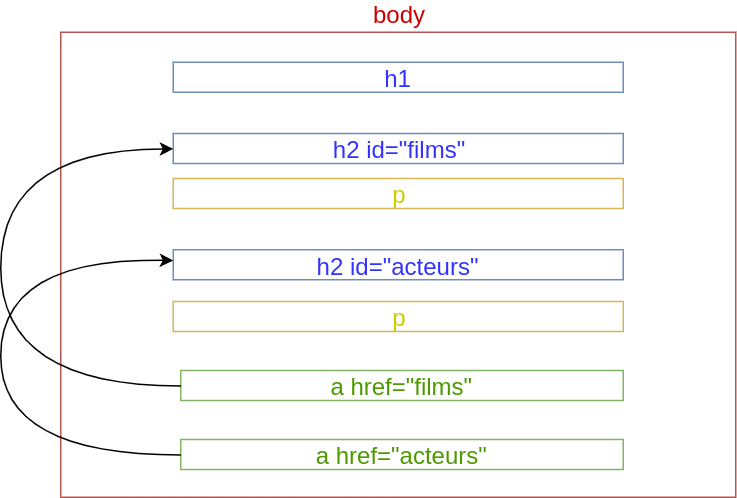
raaaahman/web-development-lessons keeps this draw.io diagram as assets/images/anchors.png. Above is the earlier version. Source tidied: cells renumbered, new cells last; positions are measured from the earlier drawing's top-left corner, leaving out a move shared by most shapes.
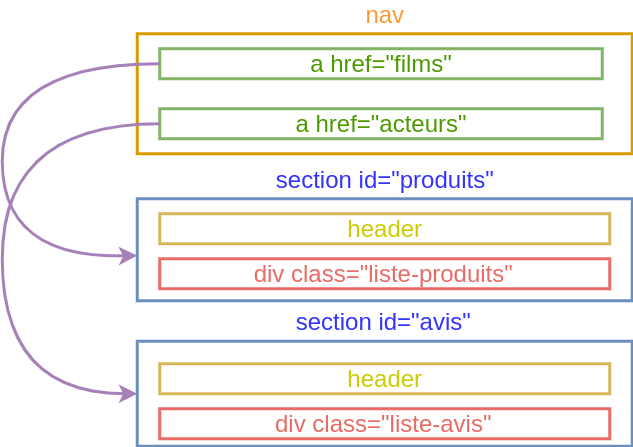
The same file after the commit.

The edit, as a diff of the source:
```diff
@@ -2,45 +2,48 @@
   <root>
     <mxCell id="0" />
     <mxCell id="1" parent="0" />
-    <mxCell id="2" value="body" style="rounded=0;whiteSpace=wrap;html=1;fontSize=16;labelPosition=center;verticalLabelPosition=top;align=center;verticalAlign=bottom;fillColor=none;strokeColor=#b85450;fontColor=#CC0000;" parent="1" vertex="1">
-      <mxGeometry x="40" width="450" height="310" as="geometry" />
-    </mxCell>
+    <mxCell id="12" value="nav" style="rounded=0;whiteSpace=wrap;html=1;fillColor=none;fontSize=16;strokeColor=#d79b00;labelPosition=center;verticalLabelPosition=top;align=center;verticalAlign=bottom;fontColor=#FF9933;strokeWidth=2;" parent="1" vertex="1">
+      <mxGeometry x="100" y="-60" width="330" height="80" as="geometry" />
+    </mxCell>
-    <mxCell id="3" value="a href=&quot;films&quot;" style="rounded=0;whiteSpace=wrap;html=1;fillColor=none;fontSize=16;strokeColor=#82b366;fontColor=#4D9900;labelPosition=center;verticalLabelPosition=middle;align=center;verticalAlign=middle;" parent="1" vertex="1">
-      <mxGeometry x="120" y="225.5" width="295" height="20" as="geometry" />
+    <mxCell id="3" value="a href=&quot;films&quot;" style="rounded=0;whiteSpace=wrap;html=1;fillColor=none;fontSize=16;strokeColor=#82b366;fontColor=#4D9900;labelPosition=center;verticalLabelPosition=middle;align=center;verticalAlign=middle;strokeWidth=2;" parent="1" vertex="1">
+      <mxGeometry x="115" y="-50" width="295" height="20" as="geometry" />
     </mxCell>
-    <mxCell id="4" value="a href=&quot;acteurs&quot;" style="rounded=0;whiteSpace=wrap;html=1;fillColor=none;fontSize=16;strokeColor=#82b366;fontColor=#4D9900;labelPosition=center;verticalLabelPosition=middle;align=center;verticalAlign=middle;" parent="1" vertex="1">
-      <mxGeometry x="120" y="271.5" width="295" height="20" as="geometry" />
+    <mxCell id="4" value="a href=&quot;acteurs&quot;" style="rounded=0;whiteSpace=wrap;html=1;fillColor=none;fontSize=16;strokeColor=#82b366;fontColor=#4D9900;labelPosition=center;verticalLabelPosition=middle;align=center;verticalAlign=middle;strokeWidth=2;" parent="1" vertex="1">
+      <mxGeometry x="115" y="-10" width="295" height="20" as="geometry" />
     </mxCell>
-    <mxCell id="5" value="&lt;font color=&quot;#3333ff&quot;&gt;h1&lt;/font&gt;" style="rounded=0;whiteSpace=wrap;html=1;fontSize=16;labelPosition=center;verticalLabelPosition=middle;align=center;verticalAlign=middle;fillColor=none;strokeColor=#6c8ebf;fontColor=#000099;" parent="1" vertex="1">
-      <mxGeometry x="115" y="20" width="300" height="20" as="geometry" />
-    </mxCell>
-    <mxCell id="6" value="&lt;font color=&quot;#3333ff&quot;&gt;h2 id=&quot;films&quot;&lt;/font&gt;" style="rounded=0;whiteSpace=wrap;html=1;fontSize=16;labelPosition=center;verticalLabelPosition=middle;align=center;verticalAlign=middle;fillColor=none;strokeColor=#6c8ebf;fontColor=#000099;" parent="1" vertex="1">
-      <mxGeometry x="115" y="67.5" width="300" height="20" as="geometry" />
+    <mxCell id="6" value="&lt;font color=&quot;#3333ff&quot;&gt;section id=&quot;produits&quot;&lt;/font&gt;" style="rounded=0;whiteSpace=wrap;html=1;fontSize=16;labelPosition=center;verticalLabelPosition=top;align=center;verticalAlign=bottom;fillColor=none;strokeColor=#6c8ebf;fontColor=#000099;strokeWidth=2;" parent="1" vertex="1">
+      <mxGeometry x="100" y="50" width="330" height="68" as="geometry" />
     </mxCell>
-    <mxCell id="7" value="&lt;font&gt;p&lt;/font&gt;" style="rounded=0;whiteSpace=wrap;html=1;fontSize=16;labelPosition=center;verticalLabelPosition=middle;align=center;verticalAlign=middle;fillColor=none;strokeColor=#d6b656;fontColor=#CCCC00;" parent="1" vertex="1">
-      <mxGeometry x="115" y="97.5" width="300" height="20" as="geometry" />
+    <mxCell id="7" value="&lt;font&gt;header&lt;/font&gt;" style="rounded=0;whiteSpace=wrap;html=1;fontSize=16;labelPosition=center;verticalLabelPosition=middle;align=center;verticalAlign=middle;fillColor=none;strokeColor=#d6b656;fontColor=#CCCC00;strokeWidth=2;" parent="1" vertex="1">
+      <mxGeometry x="115" y="60" width="300" height="20" as="geometry" />
     </mxCell>
-    <mxCell id="8" value="&lt;font color=&quot;#3333ff&quot;&gt;h2 id=&quot;acteurs&quot;&lt;/font&gt;" style="rounded=0;whiteSpace=wrap;html=1;fontSize=16;labelPosition=center;verticalLabelPosition=middle;align=center;verticalAlign=middle;fillColor=none;strokeColor=#6c8ebf;fontColor=#000099;" parent="1" vertex="1">
-      <mxGeometry x="115" y="145" width="300" height="20" as="geometry" />
+    <mxCell id="8" value="&lt;font color=&quot;#3333ff&quot;&gt;section id=&quot;avis&quot;&lt;/font&gt;" style="rounded=0;whiteSpace=wrap;html=1;fontSize=16;labelPosition=center;verticalLabelPosition=top;align=center;verticalAlign=bottom;fillColor=none;strokeColor=#6c8ebf;fontColor=#000099;strokeWidth=2;" parent="1" vertex="1">
+      <mxGeometry x="100" y="145" width="330" height="70" as="geometry" />
     </mxCell>
-    <mxCell id="9" value="&lt;font&gt;p&lt;/font&gt;" style="rounded=0;whiteSpace=wrap;html=1;fontSize=16;labelPosition=center;verticalLabelPosition=middle;align=center;verticalAlign=middle;fillColor=none;strokeColor=#d6b656;fontColor=#CCCC00;" parent="1" vertex="1">
-      <mxGeometry x="115" y="179.5" width="300" height="20" as="geometry" />
+    <mxCell id="9" value="&lt;font&gt;header&lt;/font&gt;" style="rounded=0;whiteSpace=wrap;html=1;fontSize=16;labelPosition=center;verticalLabelPosition=middle;align=center;verticalAlign=middle;fillColor=none;strokeColor=#d6b656;fontColor=#CCCC00;strokeWidth=2;" parent="1" vertex="1">
+      <mxGeometry x="115" y="160" width="300" height="20" as="geometry" />
     </mxCell>
-    <mxCell id="10" style="curved=1;endArrow=classic;html=1;" parent="1" edge="1" source="3" target="6">
+    <mxCell id="10" style="curved=1;endArrow=classic;html=1;fontColor=#A680B8;strokeColor=#A680B8;strokeWidth=2;" parent="1" edge="1" source="3" target="6">
       <mxGeometry relative="1" as="geometry">
         <Array as="points">
-          <mxPoint y="236" />
-          <mxPoint y="78" />
+          <mxPoint x="10" y="-40" />
+          <mxPoint x="10" y="90" />
         </Array>
       </mxGeometry>
     </mxCell>
-    <mxCell id="11" style="curved=1;endArrow=classic;html=1;" parent="1" edge="1" source="4" target="8">
+    <mxCell id="11" style="curved=1;endArrow=classic;html=1;strokeColor=#A680B8;strokeWidth=2;" parent="1" edge="1" source="4" target="8">
       <mxGeometry relative="1" as="geometry">
         <Array as="points">
-          <mxPoint y="282" />
-          <mxPoint y="150" />
+          <mxPoint x="10" />
+          <mxPoint x="10" y="180" />
         </Array>
       </mxGeometry>
     </mxCell>
+    <mxCell id="13" value="&lt;font&gt;div class=&quot;liste-produits&quot;&lt;/font&gt;" style="rounded=0;whiteSpace=wrap;html=1;fontSize=16;labelPosition=center;verticalLabelPosition=middle;align=center;verticalAlign=middle;fillColor=none;strokeColor=#EA6B66;fontColor=#EA6B66;strokeWidth=2;" parent="1" vertex="1">
+      <mxGeometry x="115" y="90" width="300" height="20" as="geometry" />
+    </mxCell>
+    <mxCell id="14" value="&lt;font&gt;div class=&quot;liste-avis&quot;&lt;/font&gt;" style="rounded=0;whiteSpace=wrap;html=1;fontSize=16;labelPosition=center;verticalLabelPosition=middle;align=center;verticalAlign=middle;fillColor=none;strokeColor=#EA6B66;fontColor=#EA6B66;strokeWidth=2;" parent="1" vertex="1">
+      <mxGeometry x="115" y="190" width="300" height="20" as="geometry" />
+    </mxCell>
   </root>
 </mxGraphModel>
```
